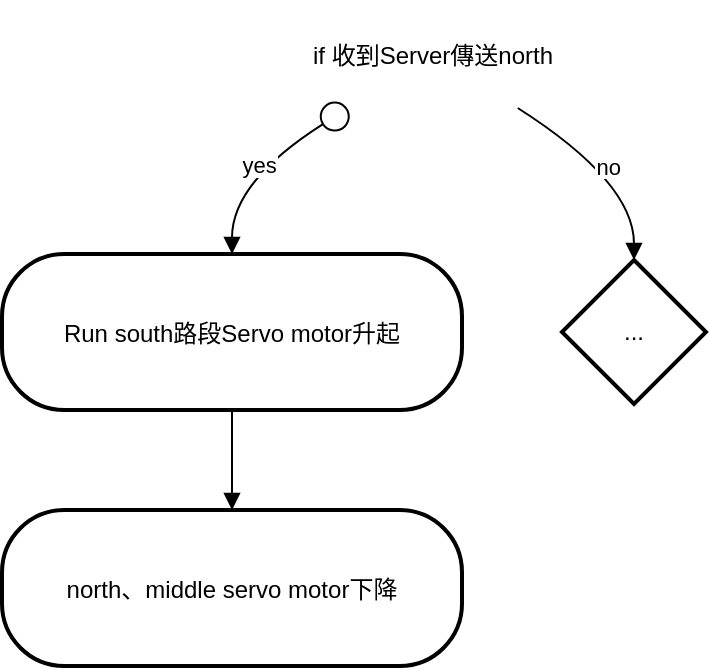
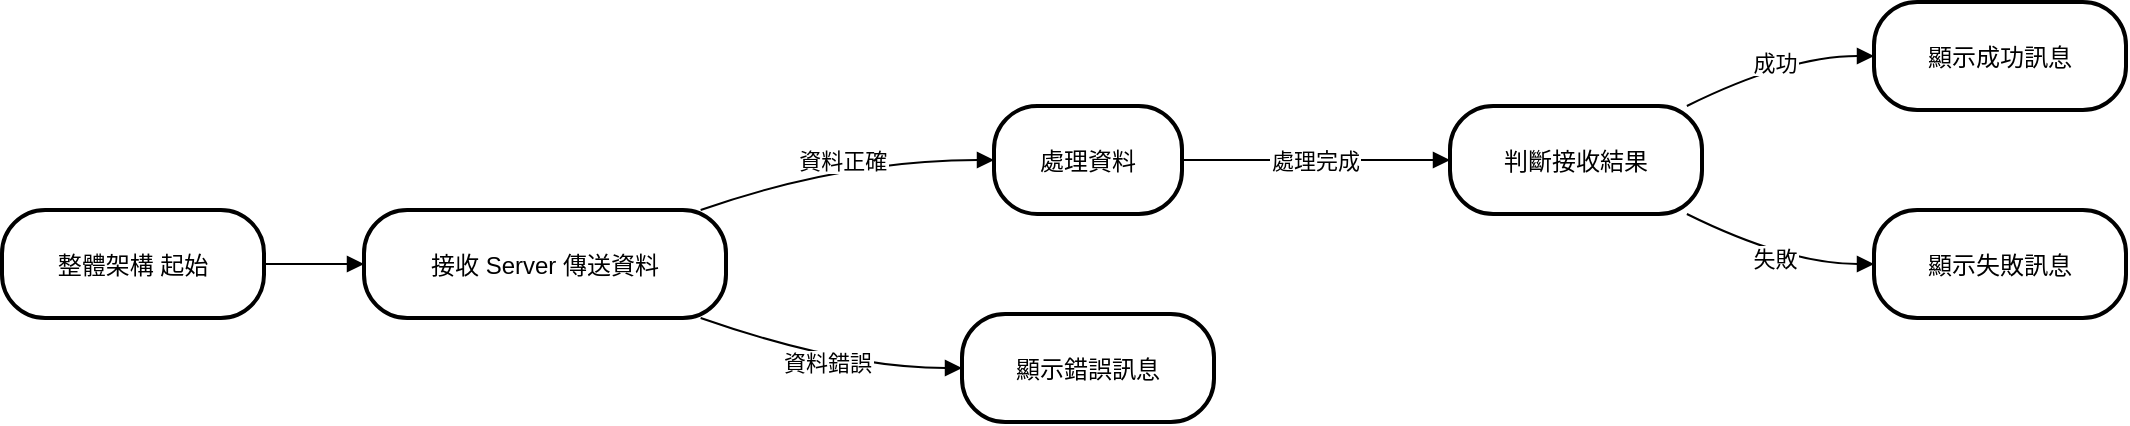
<mxfile host="app.diagrams.net" agent="Mozilla/5.0 (Windows NT 10.0; Win64; x64) AppleWebKit/537.36 (KHTML, like Gecko) Chrome/131.0.0.0 Safari/537.36" version="26.0.1">
-   <diagram name="第 1 页" id="odBOQL6S-AriC8kEQ6ns">
+   <diagram name="第 1 页" id="UEBIbAkwNvi9270jXavC">
    <mxGraphModel>
      <root>
        <mxCell id="0" />
        <mxCell id="1" parent="0" />
-         <mxCell id="2" value="if 收到Server傳送north" style="fillColor=none;strokeColor=none;" vertex="1" parent="1">
-           <mxGeometry x="112" y="8" width="223" height="54" as="geometry" />
+         <mxCell id="2" value="整體架構 起始" style="rounded=1;arcSize=40;strokeWidth=2" vertex="1" parent="1">
+           <mxGeometry x="8" y="112" width="131" height="54" as="geometry" />
        </mxCell>
-         <mxCell id="3" value="Run south路段Servo motor升起" style="rounded=1;arcSize=40;strokeWidth=2" vertex="1" parent="1">
-           <mxGeometry x="8" y="135" width="230" height="78" as="geometry" />
+         <mxCell id="3" value="接收 Server 傳送資料" style="rounded=1;arcSize=40;strokeWidth=2" vertex="1" parent="1">
+           <mxGeometry x="189" y="112" width="181" height="54" as="geometry" />
        </mxCell>
-         <mxCell id="4" value="north、middle servo motor下降" style="rounded=1;arcSize=40;strokeWidth=2" vertex="1" parent="1">
-           <mxGeometry x="8" y="263" width="230" height="78" as="geometry" />
+         <mxCell id="4" value="處理資料" style="rounded=1;arcSize=40;strokeWidth=2" vertex="1" parent="1">
+           <mxGeometry x="504" y="60" width="94" height="54" as="geometry" />
        </mxCell>
-         <mxCell id="5" value="..." style="rhombus;strokeWidth=2;whiteSpace=wrap;" vertex="1" parent="1">
-           <mxGeometry x="288" y="138" width="72" height="72" as="geometry" />
+         <mxCell id="5" value="顯示錯誤訊息" style="rounded=1;arcSize=40;strokeWidth=2" vertex="1" parent="1">
+           <mxGeometry x="488" y="164" width="126" height="54" as="geometry" />
        </mxCell>
-         <mxCell id="6" value="yes" style="curved=1;startArrow=circle;startFill=0;endArrow=block;exitX=0.31;exitY=1;entryX=0.5;entryY=0;" edge="1" parent="1" source="2" target="3">
-           <mxGeometry relative="1" as="geometry">
-             <Array as="points">
-               <mxPoint x="123" y="99" />
-             </Array>
-           </mxGeometry>
+         <mxCell id="6" value="判斷接收結果" style="rounded=1;arcSize=40;strokeWidth=2" vertex="1" parent="1">
+           <mxGeometry x="732" y="60" width="126" height="54" as="geometry" />
        </mxCell>
-         <mxCell id="7" value="" style="curved=1;startArrow=none;endArrow=block;exitX=0.5;exitY=1;entryX=0.5;entryY=0;" edge="1" parent="1" source="3" target="4">
+         <mxCell id="7" value="顯示成功訊息" style="rounded=1;arcSize=40;strokeWidth=2" vertex="1" parent="1">
+           <mxGeometry x="944" y="8" width="126" height="54" as="geometry" />
+         </mxCell>
+         <mxCell id="8" value="顯示失敗訊息" style="rounded=1;arcSize=40;strokeWidth=2" vertex="1" parent="1">
+           <mxGeometry x="944" y="112" width="126" height="54" as="geometry" />
+         </mxCell>
+         <mxCell id="9" value="" style="curved=1;startArrow=none;endArrow=block;exitX=1;exitY=0.5;entryX=0;entryY=0.5;" edge="1" parent="1" source="2" target="3">
          <mxGeometry relative="1" as="geometry">
            <Array as="points" />
          </mxGeometry>
        </mxCell>
-         <mxCell id="8" value="no" style="curved=1;startArrow=none;endArrow=block;exitX=0.69;exitY=1;entryX=0.5;entryY=0;" edge="1" parent="1" source="2" target="5">
+         <mxCell id="10" value="資料正確" style="curved=1;startArrow=none;endArrow=block;exitX=0.93;exitY=0;entryX=0;entryY=0.5;" edge="1" parent="1" source="3" target="4">
          <mxGeometry relative="1" as="geometry">
            <Array as="points">
-               <mxPoint x="324" y="99" />
+               <mxPoint x="429" y="87" />
+             </Array>
+           </mxGeometry>
+         </mxCell>
+         <mxCell id="11" value="資料錯誤" style="curved=1;startArrow=none;endArrow=block;exitX=0.93;exitY=1;entryX=0;entryY=0.5;" edge="1" parent="1" source="3" target="5">
+           <mxGeometry relative="1" as="geometry">
+             <Array as="points">
+               <mxPoint x="429" y="191" />
+             </Array>
+           </mxGeometry>
+         </mxCell>
+         <mxCell id="12" value="處理完成" style="curved=1;startArrow=none;endArrow=block;exitX=1;exitY=0.5;entryX=0;entryY=0.5;" edge="1" parent="1" source="4" target="6">
+           <mxGeometry relative="1" as="geometry">
+             <Array as="points" />
+           </mxGeometry>
+         </mxCell>
+         <mxCell id="13" value="成功" style="curved=1;startArrow=none;endArrow=block;exitX=0.94;exitY=0;entryX=0;entryY=0.5;" edge="1" parent="1" source="6" target="7">
+           <mxGeometry relative="1" as="geometry">
+             <Array as="points">
+               <mxPoint x="901" y="35" />
+             </Array>
+           </mxGeometry>
+         </mxCell>
+         <mxCell id="14" value="失敗" style="curved=1;startArrow=none;endArrow=block;exitX=0.94;exitY=1;entryX=0;entryY=0.5;" edge="1" parent="1" source="6" target="8">
+           <mxGeometry relative="1" as="geometry">
+             <Array as="points">
+               <mxPoint x="901" y="139" />
            </Array>
          </mxGeometry>
        </mxCell>
      </root>
    </mxGraphModel>
  </diagram>
</mxfile>
